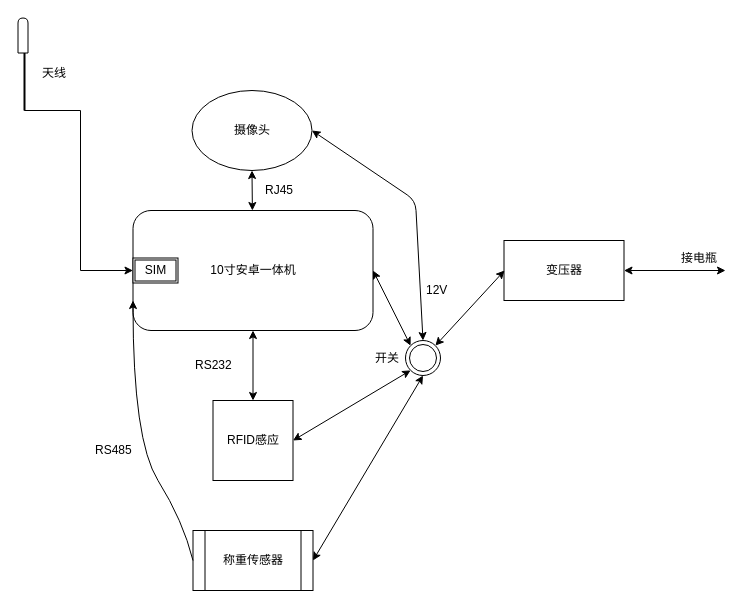
zhiweiyouwo/hello-world keeps this draw.io diagram as page "设计" (1 of 2) of Untitled Diagram.drawio. Above is the earlier version. Source tidied: cells renumbered, new cells numbered last; positions are measured from the earlier drawing's top-left corner, leaving out a move shared by most shapes. Both pictures are drawn from the tidied source at 100%, with x=0, y=0 at pixel (5, 30).
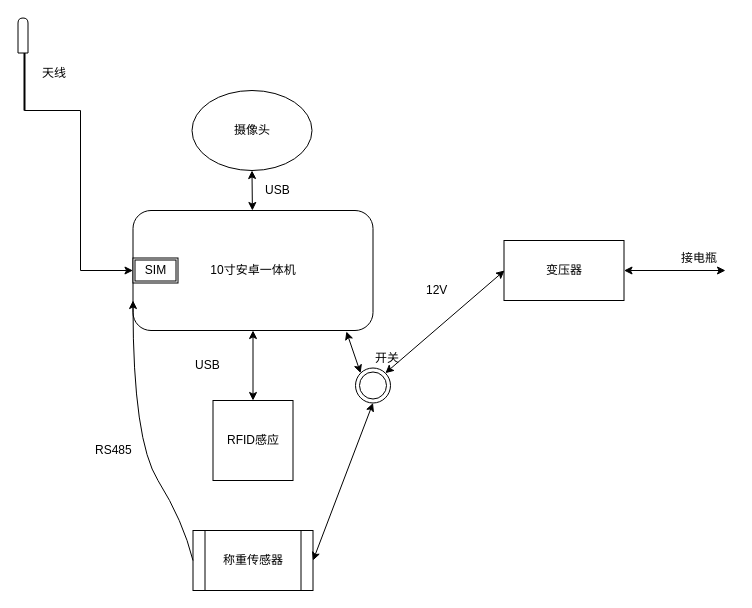
The same diagram, later.

The change refers to these unchanged cells:
```xml
<mxCell id="2" value="10寸安卓一体机" style="rounded=1;whiteSpace=wrap;html=1;" parent="1" vertex="1">
  <mxGeometry x="127.5" y="180" width="240" height="120" as="geometry" />
</mxCell>
<mxCell id="3" value="RFID感应" style="whiteSpace=wrap;html=1;" parent="1" vertex="1">
  <mxGeometry x="207.5" y="370" width="80" height="80" as="geometry" />
</mxCell>
<mxCell id="9" value="摄像头" style="ellipse;whiteSpace=wrap;html=1;" parent="1" vertex="1">
  <mxGeometry x="186.5" y="60" width="120" height="80" as="geometry" />
</mxCell>
```

Change to the diagram source:
```diff
@@
-    <mxCell id="5" value="RS232" style="text;html=1;align=left;verticalAlign=top;spacingTop=-4;" parent="1" vertex="1">
-      <mxGeometry x="187.5" y="325" width="50" height="20" as="geometry" />
+    <mxCell id="5" value="USB&lt;br&gt;" style="text;html=1;align=left;verticalAlign=top;spacingTop=-4;" parent="1" vertex="1">
+      <mxGeometry x="187.5" y="325" width="40" height="20" as="geometry" />
     </mxCell>
@@
-    <mxCell id="11" value="RJ45" style="text;html=1;align=left;verticalAlign=top;spacingTop=-4;" parent="1" vertex="1">
+    <mxCell id="11" value="USB" style="text;html=1;align=left;verticalAlign=top;spacingTop=-4;" parent="1" vertex="1">
       <mxGeometry x="257.5" y="150" width="40" height="20" as="geometry" />
     </mxCell>
@@
-    <mxCell id="13" style="endArrow=classic;startArrow=classic;html=1;entryX=0;entryY=0;entryDx=0;entryDy=0;exitX=1;exitY=0.5;exitDx=0;exitDy=0;" parent="1" edge="1" source="2" target="25">
+    <mxCell id="13" style="endArrow=classic;startArrow=classic;html=1;entryX=0;entryY=0;entryDx=0;entryDy=0;exitX=0.889;exitY=1.008;exitDx=0;exitDy=0;exitPerimeter=0;" parent="1" edge="1" source="2" target="25">
       <mxGeometry relative="1" as="geometry" />
     </mxCell>
@@
-    <mxCell id="15" style="endArrow=classic;startArrow=classic;html=1;entryX=1;entryY=0.5;entryDx=0;entryDy=0;exitX=0.5;exitY=0;exitDx=0;exitDy=0;" parent="1" edge="1" source="25" target="9">
-      <mxGeometry relative="1" as="geometry">
-        <Array as="points">
-          <mxPoint x="410" y="170" />
-        </Array>
-      </mxGeometry>
-    </mxCell>
-    <mxCell id="16" style="endArrow=classic;startArrow=classic;html=1;exitX=1;exitY=0.5;exitDx=0;exitDy=0;entryX=0;entryY=1;entryDx=0;entryDy=0;" parent="1" edge="1" source="3" target="25">
-      <mxGeometry relative="1" as="geometry" />
-    </mxCell>
@@
     <mxCell id="25" style="ellipse;shape=doubleEllipse;whiteSpace=wrap;html=1;" parent="1" vertex="1">
-      <mxGeometry x="400" y="310" width="35" height="35" as="geometry" />
+      <mxGeometry x="350" y="337.5" width="35" height="35" as="geometry" />
     </mxCell>
```
